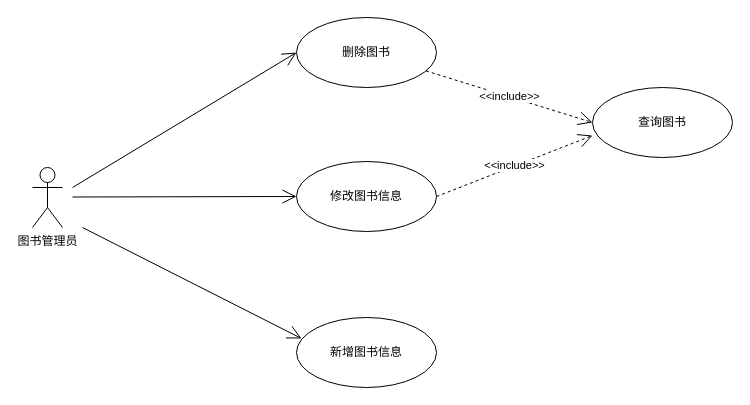
KoterRomanov/UML keeps this draw.io diagram as page "图书管理用例" (1 of 2) of 用例图.drawio. Above is the earlier version. Source tidied: cells renumbered, new cells numbered last; positions are measured from the earlier drawing's top-left corner, leaving out a move shared by most shapes. Both pictures are drawn from the tidied source at 100%, with x=0, y=0 at pixel (32, 17).
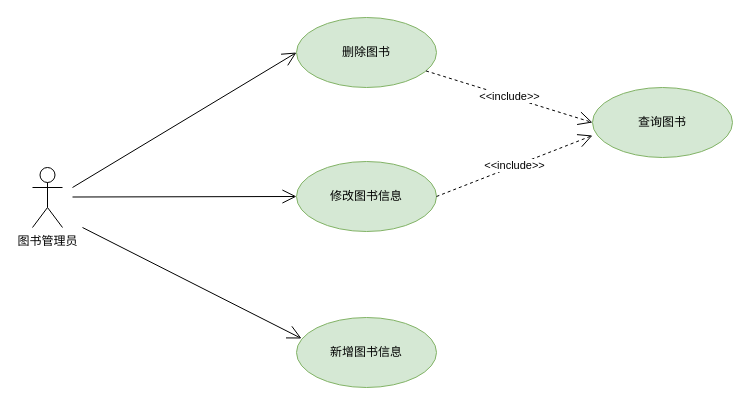
The same page after the edit.

Commit message (it also covers changes not shown here):
更新用例图.drawio

The edit, as a diff of the source:
```diff
@@
 <mxGraphModel>
   <root>
     <mxCell id="0" />
     <mxCell id="1" parent="0" />
     <mxCell id="2" value="图书管理员" style="shape=umlActor;verticalLabelPosition=bottom;verticalAlign=top;html=1;" parent="1" vertex="1">
       <mxGeometry y="150" width="30" height="60" as="geometry" />
     </mxCell>
-    <mxCell id="3" value="删除图书" style="ellipse;whiteSpace=wrap;html=1;" parent="1" vertex="1">
+    <mxCell id="3" value="删除图书" style="ellipse;whiteSpace=wrap;html=1;fillColor=#d5e8d4;strokeColor=#82b366;" parent="1" vertex="1">
       <mxGeometry x="264" width="140" height="70" as="geometry" />
     </mxCell>
-    <mxCell id="4" value="修改图书信息" style="ellipse;whiteSpace=wrap;html=1;" parent="1" vertex="1">
+    <mxCell id="4" value="修改图书信息" style="ellipse;whiteSpace=wrap;html=1;fillColor=#d5e8d4;strokeColor=#82b366;" parent="1" vertex="1">
       <mxGeometry x="264" y="144" width="140" height="70" as="geometry" />
     </mxCell>
-    <mxCell id="5" value="新增图书信息" style="ellipse;whiteSpace=wrap;html=1;" parent="1" vertex="1">
+    <mxCell id="5" value="新增图书信息" style="ellipse;whiteSpace=wrap;html=1;fillColor=#d5e8d4;strokeColor=#82b366;" parent="1" vertex="1">
       <mxGeometry x="264" y="300" width="140" height="70" as="geometry" />
     </mxCell>
-    <mxCell id="6" value="查询图书" style="ellipse;whiteSpace=wrap;html=1;" parent="1" vertex="1">
+    <mxCell id="6" value="查询图书" style="ellipse;whiteSpace=wrap;html=1;fillColor=#d5e8d4;strokeColor=#82b366;" parent="1" vertex="1">
       <mxGeometry x="560" y="70" width="140" height="70" as="geometry" />
     </mxCell>
     <mxCell id="7" style="endArrow=open;endFill=1;endSize=12;html=1;rounded=0;entryX=0;entryY=0.5;entryDx=0;entryDy=0;" parent="1" edge="1" target="3">
       <mxGeometry relative="1" as="geometry">
         <mxPoint x="40" y="170" as="sourcePoint" />
       </mxGeometry>
     </mxCell>
     <mxCell id="8" value="&amp;lt;&amp;lt;include&amp;gt;&amp;gt;" style="endArrow=open;endSize=12;dashed=1;html=1;rounded=0;entryX=0;entryY=0.5;entryDx=0;entryDy=0;" parent="1" edge="1" source="3" target="6">
       <mxGeometry relative="1" as="geometry" />
     </mxCell>
     <mxCell id="9" style="endArrow=open;endFill=1;endSize=12;html=1;rounded=0;entryX=0;entryY=0.5;entryDx=0;entryDy=0;" parent="1" edge="1" target="4">
       <mxGeometry relative="1" as="geometry">
         <mxPoint x="40" y="179.5" as="sourcePoint" />
       </mxGeometry>
     </mxCell>
     <mxCell id="10" value="&amp;lt;&amp;lt;include&amp;gt;&amp;gt;" style="endArrow=open;endSize=12;dashed=1;html=1;rounded=0;exitX=1;exitY=0.5;exitDx=0;exitDy=0;entryX=0;entryY=0.686;entryDx=0;entryDy=0;entryPerimeter=0;" parent="1" edge="1" source="4" target="6">
       <mxGeometry relative="1" as="geometry" />
     </mxCell>
     <mxCell id="11" style="endArrow=open;endFill=1;endSize=12;html=1;rounded=0;entryX=0.036;entryY=0.3;entryDx=0;entryDy=0;entryPerimeter=0;" parent="1" edge="1" target="5">
       <mxGeometry relative="1" as="geometry">
         <mxPoint x="50" y="210" as="sourcePoint" />
       </mxGeometry>
     </mxCell>
   </root>
 </mxGraphModel>
```
